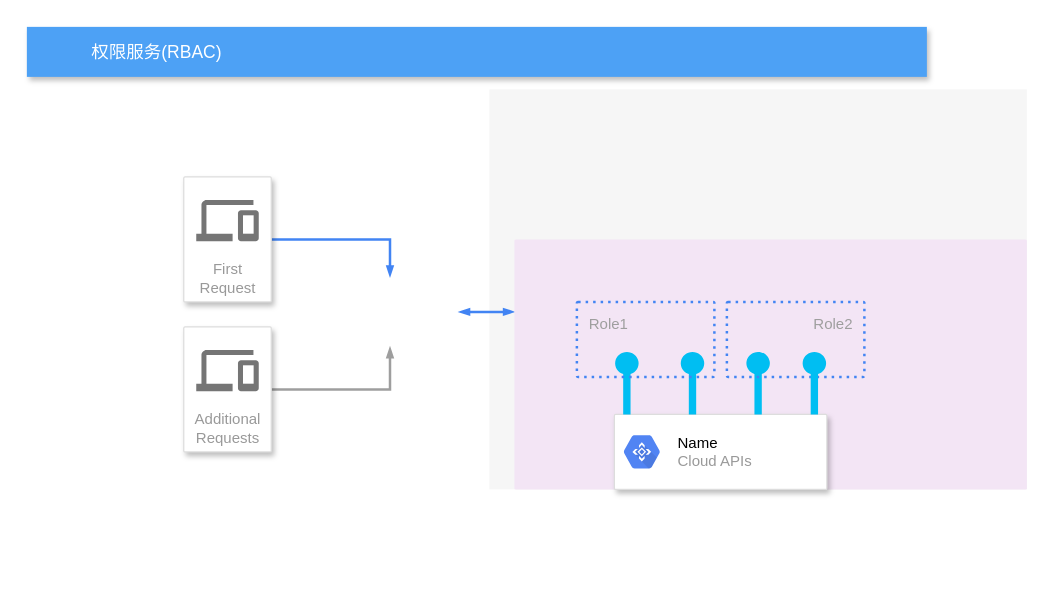
This is craft/Untitled Diagram.drawio from feihu618/drawio, a draw.io file, before an edit. Source tidied: cells renumbered, new cells numbered last; positions are measured from the earlier drawing's top-left corner, leaving out a move shared by most shapes. Both pictures are drawn from the tidied source at 125%, with x=0, y=0 at pixel (26, 26).
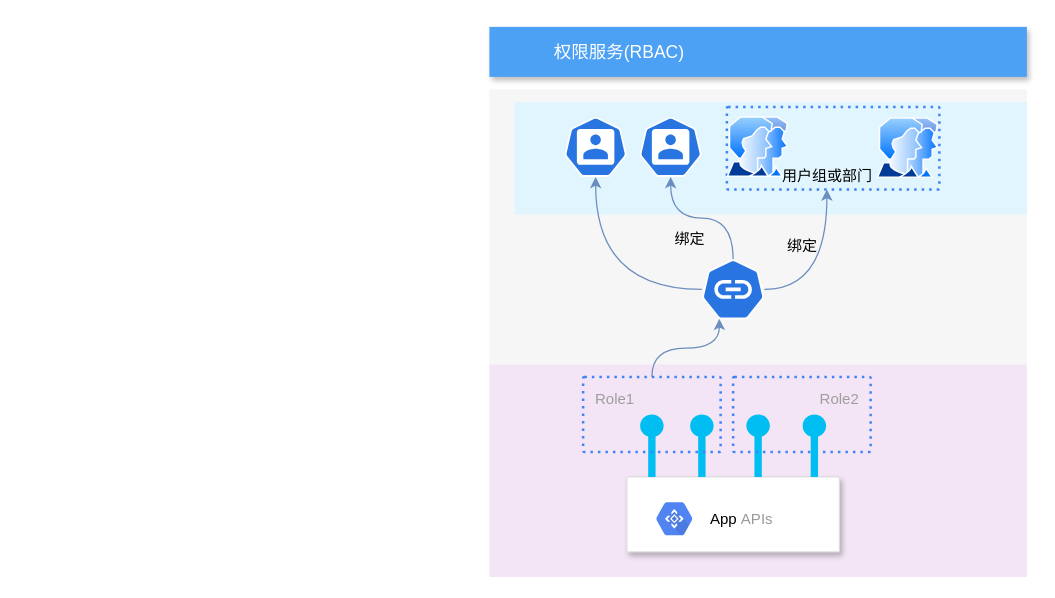
Above is the later version.

Diff of the diagram source:
```diff
@@
     <mxCell id="2" style="fillColor=#F6F6F6;strokeColor=none;shadow=0;gradientColor=none;fontSize=14;align=left;spacing=10;fontColor=#717171;9E9E9E;verticalAlign=top;spacingTop=-4;fontStyle=0;spacingLeft=40;html=1;" parent="1" vertex="1">
-      <mxGeometry x="370" y="50" width="430" height="320" as="geometry" />
+      <mxGeometry x="370" y="50" width="430" height="390" as="geometry" />
     </mxCell>
     <mxCell id="3" value="权限服务(RBAC)" style="fillColor=#4DA1F5;strokeColor=none;shadow=1;gradientColor=none;fontSize=14;align=left;spacingLeft=50;fontColor=#ffffff;html=1;" parent="1" vertex="1">
-      <mxGeometry width="720" height="40" as="geometry" />
+      <mxGeometry x="370" width="430" height="40" as="geometry" />
     </mxCell>
-    <mxCell id="4" style="edgeStyle=orthogonalEdgeStyle;rounded=0;html=1;labelBackgroundColor=none;startFill=1;startSize=4;endArrow=blockThin;endFill=1;endSize=4;jettySize=auto;strokeColor=#4284F3;strokeWidth=2;fontSize=12;fontColor=#000000;align=left;dashed=0;" parent="1" edge="1" source="5">
-      <mxGeometry relative="1" as="geometry">
-        <mxPoint x="290.5" y="200" as="targetPoint" />
-        <Array as="points">
-          <mxPoint x="290.5" y="170" />
-        </Array>
-      </mxGeometry>
-    </mxCell>
-    <mxCell id="5" value="First Request" style="strokeColor=#dddddd;fillColor=#ffffff;shadow=1;strokeWidth=1;rounded=1;absoluteArcSize=1;arcSize=2;labelPosition=center;verticalLabelPosition=middle;align=center;verticalAlign=bottom;spacingLeft=0;fontColor=#999999;fontSize=12;whiteSpace=wrap;spacingBottom=2;html=1;" parent="1" vertex="1">
-      <mxGeometry x="125.5" y="120" width="70" height="100" as="geometry" />
-    </mxCell>
-    <mxCell id="6" style="dashed=0;html=1;fillColor=#757575;strokeColor=none;shape=mxgraph.gcp2.desktop_and_mobile;" parent="5" vertex="1">
-      <mxGeometry x="0.5" width="50" height="33" relative="1" as="geometry">
-        <mxPoint x="-25" y="18.5" as="offset" />
-      </mxGeometry>
-    </mxCell>
-    <mxCell id="7" style="edgeStyle=orthogonalEdgeStyle;rounded=0;html=1;labelBackgroundColor=none;startFill=1;startSize=4;endArrow=blockThin;endFill=1;endSize=4;jettySize=auto;strokeColor=#9E9E9E;strokeWidth=2;fontSize=12;fontColor=#000000;align=left;dashed=0;" parent="1" edge="1" source="8">
-      <mxGeometry relative="1" as="geometry">
-        <mxPoint x="290.5" y="256" as="targetPoint" />
-        <Array as="points">
-          <mxPoint x="290.5" y="290" />
-        </Array>
-      </mxGeometry>
-    </mxCell>
-    <mxCell id="8" value="Additional Requests&lt;br&gt;" style="strokeColor=#dddddd;fillColor=#ffffff;shadow=1;strokeWidth=1;rounded=1;absoluteArcSize=1;arcSize=2;labelPosition=center;verticalLabelPosition=middle;align=center;verticalAlign=bottom;spacingLeft=0;fontColor=#999999;fontSize=12;whiteSpace=wrap;spacingBottom=2;html=1;" parent="1" vertex="1">
-      <mxGeometry x="125.5" y="240" width="70" height="100" as="geometry" />
-    </mxCell>
-    <mxCell id="9" style="dashed=0;html=1;fillColor=#757575;strokeColor=none;shape=mxgraph.gcp2.desktop_and_mobile;" parent="8" vertex="1">
-      <mxGeometry x="0.5" width="50" height="33" relative="1" as="geometry">
-        <mxPoint x="-25" y="18.5" as="offset" />
-      </mxGeometry>
-    </mxCell>
-    <mxCell id="10" style="edgeStyle=orthogonalEdgeStyle;rounded=0;html=1;labelBackgroundColor=none;startFill=1;startSize=4;endArrow=blockThin;endFill=1;endSize=4;jettySize=auto;orthogonalLoop=1;strokeColor=#4284F3;strokeWidth=2;fontSize=12;fontColor=#000000;align=left;dashed=0;startArrow=blockThin;" parent="1" edge="1">
-      <mxGeometry relative="1" as="geometry">
-        <mxPoint x="345.5" y="228" as="sourcePoint" />
-        <mxPoint x="390" y="228" as="targetPoint" />
-      </mxGeometry>
-    </mxCell>
     <mxCell id="11" value="&lt;br&gt;" style="sketch=0;rounded=1;absoluteArcSize=1;arcSize=2;html=1;strokeColor=none;gradientColor=none;shadow=0;dashed=0;fontSize=12;fontColor=#9E9E9E;align=left;verticalAlign=top;spacing=10;spacingTop=-4;fillColor=#F3E5F5;" parent="1" vertex="1">
-      <mxGeometry x="390" y="170" width="410" height="200" as="geometry" />
+      <mxGeometry x="370" y="270" width="430" height="170" as="geometry" />
     </mxCell>
     <mxCell id="12" style="strokeColor=#dddddd;shadow=1;strokeWidth=1;rounded=1;absoluteArcSize=1;arcSize=2;" parent="1" vertex="1">
-      <mxGeometry x="470" y="310" width="170" height="60" as="geometry" />
+      <mxGeometry x="480" y="360" width="170" height="60" as="geometry" />
     </mxCell>
-    <mxCell id="13" value="&lt;font color=&quot;#000000&quot;&gt;Name&lt;/font&gt;&lt;br&gt;Cloud APIs" style="sketch=0;dashed=0;html=1;fillColor=#5184F3;strokeColor=none;shape=mxgraph.gcp2.hexIcon;prIcon=cloud_apis;labelPosition=right;verticalLabelPosition=middle;align=left;verticalAlign=middle;spacingLeft=5;fontColor=#999999;fontSize=12;" parent="1" vertex="1">
-      <mxGeometry x="470" y="320.5" width="44" height="39" as="geometry" />
+    <mxCell id="13" value="&lt;font color=&quot;#000000&quot;&gt;App&lt;/font&gt;&amp;nbsp;APIs" style="sketch=0;dashed=0;html=1;fillColor=#5184F3;strokeColor=none;shape=mxgraph.gcp2.hexIcon;prIcon=cloud_apis;labelPosition=right;verticalLabelPosition=middle;align=left;verticalAlign=middle;spacingLeft=5;fontColor=#999999;fontSize=12;" parent="1" vertex="1">
+      <mxGeometry x="496" y="374" width="44" height="39" as="geometry" />
     </mxCell>
     <mxCell id="14" style="verticalLabelPosition=bottom;html=1;verticalAlign=top;align=center;strokeColor=none;fillColor=#00BEF2;shape=mxgraph.azure.service_endpoint;direction=south;" parent="1" vertex="1">
-      <mxGeometry x="522.5" y="260" width="20" height="50" as="geometry" />
+      <mxGeometry x="530" y="310" width="20" height="50" as="geometry" />
     </mxCell>
     <mxCell id="15" style="verticalLabelPosition=bottom;html=1;verticalAlign=top;align=center;strokeColor=none;fillColor=#00BEF2;shape=mxgraph.azure.service_endpoint;direction=south;" parent="1" vertex="1">
-      <mxGeometry x="470" y="260" width="20" height="50" as="geometry" />
+      <mxGeometry x="490" y="310" width="20" height="50" as="geometry" />
     </mxCell>
     <mxCell id="16" style="verticalLabelPosition=bottom;html=1;verticalAlign=top;align=center;strokeColor=none;fillColor=#00BEF2;shape=mxgraph.azure.service_endpoint;direction=south;" parent="1" vertex="1">
-      <mxGeometry x="575" y="260" width="20" height="50" as="geometry" />
+      <mxGeometry x="575" y="310" width="20" height="50" as="geometry" />
     </mxCell>
+    <mxCell id="20" style="edgeStyle=orthogonalEdgeStyle;curved=1;rounded=0;jettySize=auto;html=1;exitX=0.5;exitY=0;exitDx=0;exitDy=0;entryX=0.28;entryY=0.99;entryDx=0;entryDy=0;entryPerimeter=0;fillColor=#dae8fc;strokeColor=#6c8ebf;" parent="1" edge="1" source="17" target="31">
+      <mxGeometry relative="1" as="geometry" />
+    </mxCell>
     <mxCell id="17" value="Role1" style="rounded=1;absoluteArcSize=1;arcSize=2;html=1;strokeColor=#4284F3;gradientColor=none;shadow=0;dashed=1;fontSize=12;fontColor=#9E9E9E;align=left;verticalAlign=top;spacing=10;spacingTop=-4;fillColor=none;dashPattern=1 2;strokeWidth=2;" parent="1" vertex="1">
-      <mxGeometry x="440" y="220" width="110" height="60" as="geometry" />
+      <mxGeometry x="445" y="280" width="110" height="60" as="geometry" />
     </mxCell>
     <mxCell id="18" value="Role2" style="rounded=1;absoluteArcSize=1;arcSize=2;html=1;strokeColor=#4284F3;gradientColor=none;shadow=0;dashed=1;fontSize=12;fontColor=#9E9E9E;align=right;verticalAlign=top;spacing=10;spacingTop=-4;fillColor=none;dashPattern=1 2;strokeWidth=2;" parent="1" vertex="1">
-      <mxGeometry x="560" y="220" width="110" height="60" as="geometry" />
+      <mxGeometry x="565" y="280" width="110" height="60" as="geometry" />
     </mxCell>
     <mxCell id="19" style="verticalLabelPosition=bottom;html=1;verticalAlign=top;align=center;strokeColor=none;fillColor=#00BEF2;shape=mxgraph.azure.service_endpoint;direction=south;" parent="1" vertex="1">
-      <mxGeometry x="620" y="260" width="20" height="50" as="geometry" />
+      <mxGeometry x="620" y="310" width="20" height="50" as="geometry" />
     </mxCell>
+    <mxCell id="21" style="sketch=0;rounded=1;absoluteArcSize=1;arcSize=2;html=1;strokeColor=none;gradientColor=none;shadow=0;dashed=0;fontSize=12;fontColor=#9E9E9E;align=left;verticalAlign=top;spacing=10;spacingTop=-4;fillColor=#E1F5FE;" parent="1" vertex="1">
+      <mxGeometry x="390" y="60" width="410" height="90" as="geometry" />
+    </mxCell>
+    <mxCell id="22" style="sketch=0;html=1;dashed=0;whitespace=wrap;fillColor=#2875E2;strokeColor=#ffffff;points=[[0.005,0.63,0],[0.1,0.2,0],[0.9,0.2,0],[0.5,0,0],[0.995,0.63,0],[0.72,0.99,0],[0.5,1,0],[0.28,0.99,0]];shape=mxgraph.kubernetes.icon;prIcon=user;align=right;" parent="1" vertex="1">
+      <mxGeometry x="430" y="72" width="50" height="48" as="geometry" />
+    </mxCell>
+    <mxCell id="23" style="sketch=0;html=1;dashed=0;whitespace=wrap;fillColor=#2875E2;strokeColor=#ffffff;points=[[0.005,0.63,0],[0.1,0.2,0],[0.9,0.2,0],[0.5,0,0],[0.995,0.63,0],[0.72,0.99,0],[0.5,1,0],[0.28,0.99,0]];shape=mxgraph.kubernetes.icon;prIcon=user;align=right;" parent="1" vertex="1">
+      <mxGeometry x="490" y="72" width="50" height="48" as="geometry" />
+    </mxCell>
+    <mxCell id="24" style="rounded=1;absoluteArcSize=1;arcSize=2;html=1;strokeColor=#4284F3;gradientColor=none;shadow=0;dashed=1;fontSize=12;fontColor=#9E9E9E;align=center;verticalAlign=top;spacing=10;spacingTop=-4;fillColor=none;dashPattern=1 2;strokeWidth=2;" parent="1" vertex="1">
+      <mxGeometry x="560" y="64" width="170" height="66" as="geometry" />
+    </mxCell>
+    <mxCell id="25" style="perimeter=ellipsePerimeter;html=1;align=center;shadow=0;dashed=0;spacingTop=3;image;image=img/lib/active_directory/user_accounts.svg;" parent="1" vertex="1">
+      <mxGeometry x="560" y="72" width="50" height="48.5" as="geometry" />
+    </mxCell>
+    <mxCell id="26" style="perimeter=ellipsePerimeter;html=1;align=center;shadow=0;dashed=0;spacingTop=3;image;image=img/lib/active_directory/user_accounts.svg;" parent="1" vertex="1">
+      <mxGeometry x="680" y="72.8" width="50" height="48.5" as="geometry" />
+    </mxCell>
+    <mxCell id="27" value="用户组或部门" style="text;html=1;align=center;verticalAlign=middle;points=[];fillColor=none;strokeColor=none;rounded=0;" parent="1" vertex="1">
+      <mxGeometry x="595" y="110" width="90" height="20" as="geometry" />
+    </mxCell>
+    <mxCell id="28" style="edgeStyle=orthogonalEdgeStyle;curved=1;rounded=0;jettySize=auto;html=1;fillColor=#dae8fc;strokeColor=#6c8ebf;" parent="1" edge="1" source="31" target="27">
+      <mxGeometry relative="1" as="geometry" />
+    </mxCell>
+    <mxCell id="29" style="edgeStyle=orthogonalEdgeStyle;curved=1;rounded=0;jettySize=auto;html=1;fillColor=#dae8fc;strokeColor=#6c8ebf;" parent="1" edge="1" source="31" target="23">
+      <mxGeometry relative="1" as="geometry" />
+    </mxCell>
+    <mxCell id="30" style="edgeStyle=orthogonalEdgeStyle;curved=1;rounded=0;jettySize=auto;html=1;entryX=0.5;entryY=1;entryDx=0;entryDy=0;entryPerimeter=0;fillColor=#dae8fc;strokeColor=#6c8ebf;" parent="1" edge="1" source="31" target="22">
+      <mxGeometry relative="1" as="geometry" />
+    </mxCell>
+    <mxCell id="31" style="sketch=0;html=1;dashed=0;whitespace=wrap;fillColor=#2875E2;strokeColor=#ffffff;points=[[0.005,0.63,0],[0.1,0.2,0],[0.9,0.2,0],[0.5,0,0],[0.995,0.63,0],[0.72,0.99,0],[0.5,1,0],[0.28,0.99,0]];shape=mxgraph.kubernetes.icon;prIcon=crb;align=center;" parent="1" vertex="1">
+      <mxGeometry x="540" y="186" width="50" height="48" as="geometry" />
+    </mxCell>
+    <mxCell id="32" value="绑定" style="text;html=1;align=center;verticalAlign=middle;fillColor=none;strokeColor=none;rounded=0;" parent="1" vertex="1">
+      <mxGeometry x="600" y="166" width="40" height="20" as="geometry" />
+    </mxCell>
+    <mxCell id="33" value="绑定" style="text;html=1;align=center;verticalAlign=middle;fillColor=none;strokeColor=none;rounded=0;" parent="1" vertex="1">
+      <mxGeometry x="510" y="160" width="40" height="20" as="geometry" />
+    </mxCell>
```
